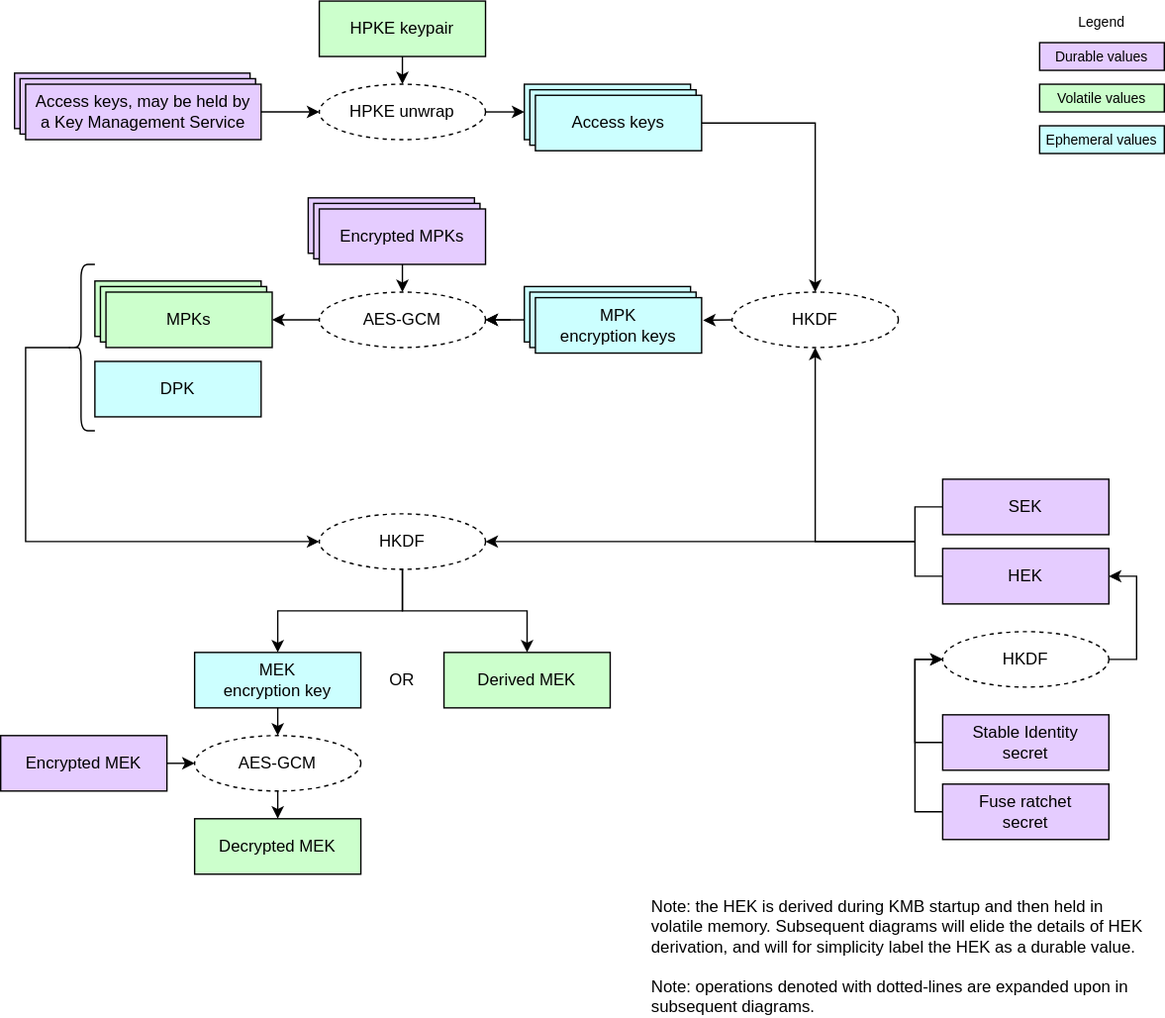
This is doc/ocp_lock/diagrams/key_hierarchy.drawio.svg from chipsalliance/Caliptra, a draw.io export, as it was before one commit. Source tidied: cells renumbered, new cells last; positions are measured from the earlier drawing's top-left corner, leaving out a move shared by most shapes.
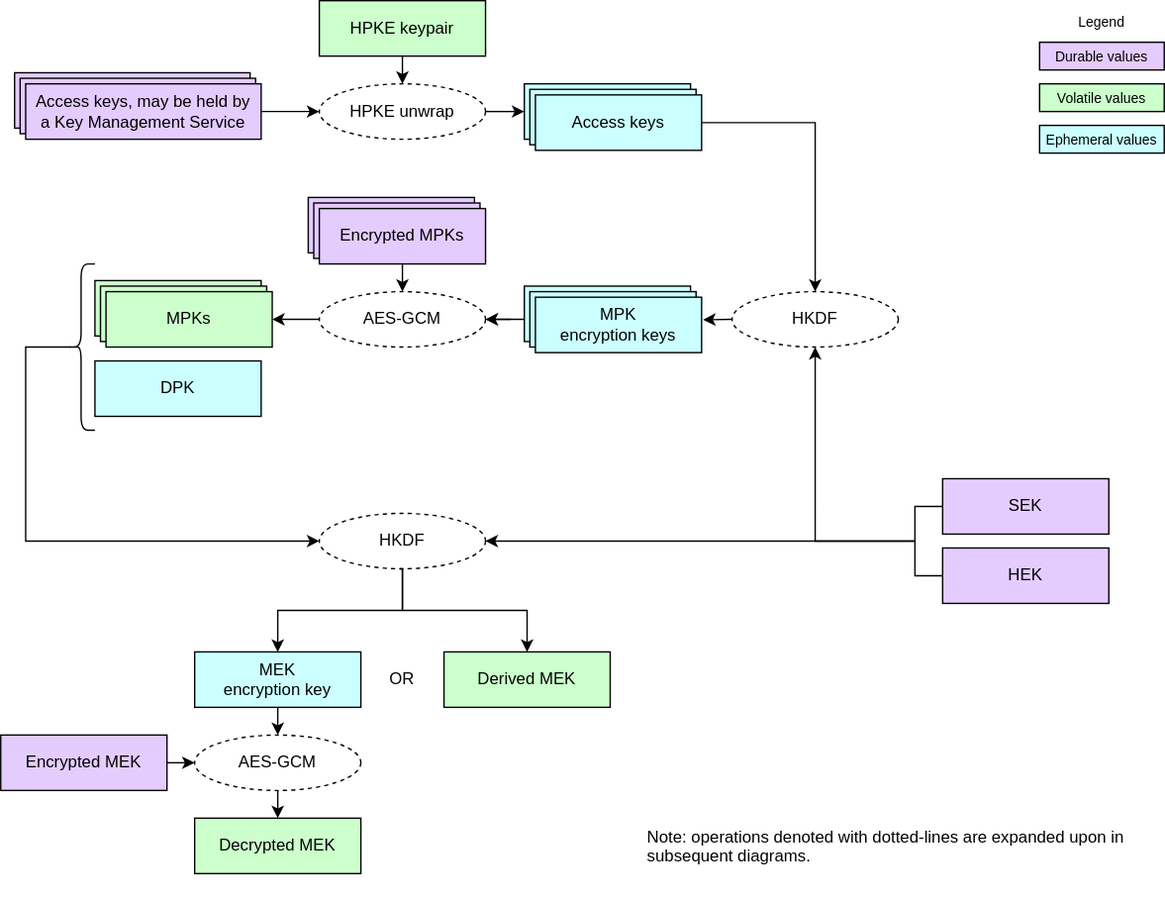
Above is the later version.

Commit message:
Simplify HEK derivation. (#409)

Diff of the diagram source:
```diff
@@ -122,41 +122,8 @@
         </Array>
       </mxGeometry>
     </mxCell>
-    <mxCell id="38" value="&lt;div&gt;&lt;font color=&quot;#000000&quot;&gt;Stable Identity&lt;/font&gt;&lt;/div&gt;&lt;div&gt;&lt;font color=&quot;#000000&quot;&gt;secret&lt;/font&gt;&lt;/div&gt;" style="rounded=0;whiteSpace=wrap;html=1;align=center;verticalAlign=middle;shadow=0;glass=0;spacingLeft=0;spacingBottom=0;spacingTop=0;fillColor=#E5CCFF;" parent="1" vertex="1">
-      <mxGeometry x="680" y="515" width="120" height="40" as="geometry" />
-    </mxCell>
-    <mxCell id="39" value="&lt;div&gt;&lt;font color=&quot;#000000&quot;&gt;Fuse ratchet&lt;/font&gt;&lt;/div&gt;&lt;div&gt;&lt;font color=&quot;#000000&quot;&gt;secret&lt;/font&gt;&lt;/div&gt;" style="rounded=0;whiteSpace=wrap;html=1;align=center;verticalAlign=middle;shadow=0;glass=0;spacingLeft=0;spacingBottom=0;spacingTop=0;fillColor=#E5CCFF;" parent="1" vertex="1">
-      <mxGeometry x="680" y="565" width="120" height="40" as="geometry" />
-    </mxCell>
-    <mxCell id="40" value="HKDF" style="ellipse;whiteSpace=wrap;html=1;fillColor=#FFFFFF;dashed=1;" parent="1" vertex="1">
-      <mxGeometry x="680" y="455" width="120" height="40" as="geometry" />
-    </mxCell>
-    <mxCell id="41" style="edgeStyle=orthogonalEdgeStyle;endArrow=classic;html=1;rounded=0;endSize=6;startSize=6;entryX=0;entryY=0.5;entryDx=0;entryDy=0;exitX=0;exitY=0.5;exitDx=0;exitDy=0;" parent="1" edge="1" source="38" target="40">
-      <mxGeometry relative="1" as="geometry">
-        <Array as="points">
-          <mxPoint x="660" y="535" />
-          <mxPoint x="660" y="475" />
-        </Array>
-      </mxGeometry>
-    </mxCell>
-    <mxCell id="42" style="endArrow=classic;html=1;endSize=6;startSize=6;entryX=1;entryY=0.5;entryDx=0;entryDy=0;exitX=1;exitY=0.5;exitDx=0;exitDy=0;edgeStyle=orthogonalEdgeStyle;rounded=0;" parent="1" edge="1" source="40" target="52">
-      <mxGeometry relative="1" as="geometry">
-        <Array as="points">
-          <mxPoint x="820" y="475" />
-          <mxPoint x="820" y="415" />
-        </Array>
-      </mxGeometry>
-    </mxCell>
-    <mxCell id="43" style="edgeStyle=orthogonalEdgeStyle;endArrow=classic;html=1;rounded=0;endSize=6;startSize=6;exitX=0;exitY=0.5;exitDx=0;exitDy=0;entryX=0;entryY=0.5;entryDx=0;entryDy=0;" parent="1" edge="1" source="39" target="40">
-      <mxGeometry relative="1" as="geometry">
-        <Array as="points">
-          <mxPoint x="660" y="585" />
-          <mxPoint x="660" y="475" />
-        </Array>
-      </mxGeometry>
-    </mxCell>
-    <mxCell id="44" value="Note: the HEK is derived during KMB startup and then held in volatile memory.&amp;nbsp;&lt;span style=&quot;background-color: transparent;&quot;&gt;Subsequent diagrams will elide the details of HEK derivation, and will for simplicity label the HEK as a durable value.&lt;/span&gt;&lt;div&gt;&lt;span style=&quot;background-color: transparent;&quot;&gt;&lt;br&gt;&lt;/span&gt;&lt;/div&gt;&lt;div&gt;&lt;span style=&quot;color: rgb(0, 0, 0);&quot;&gt;Note: operations denoted with dotted-lines are expanded upon in subsequent diagrams.&lt;/span&gt;&lt;span style=&quot;background-color: transparent;&quot;&gt;&lt;/span&gt;&lt;/div&gt;" style="text;strokeColor=none;align=left;fillColor=none;html=1;verticalAlign=top;whiteSpace=wrap;rounded=0;" parent="1" vertex="1">
-      <mxGeometry x="468" y="640" width="360" height="60" as="geometry" />
+    <mxCell id="44" value="&lt;div&gt;&lt;span style=&quot;color: rgb(0, 0, 0);&quot;&gt;Note: operations denoted with dotted-lines are expanded upon in subsequent diagrams.&lt;/span&gt;&lt;span style=&quot;background-color: transparent;&quot;&gt;&lt;/span&gt;&lt;/div&gt;" style="text;strokeColor=none;align=left;fillColor=none;html=1;verticalAlign=top;whiteSpace=wrap;rounded=0;" parent="1" vertex="1">
+      <mxGeometry x="465" y="590" width="360" height="60" as="geometry" />
     </mxCell>
     <mxCell id="45" value="&lt;div&gt;&lt;font color=&quot;#000000&quot;&gt;Derived MEK&lt;/font&gt;&lt;/div&gt;" style="rounded=0;whiteSpace=wrap;html=1;align=center;verticalAlign=middle;shadow=0;glass=0;spacingLeft=0;spacingBottom=0;spacingTop=0;fillColor=#CCFFCC;" parent="1" vertex="1">
       <mxGeometry x="320" y="470" width="120" height="40" as="geometry" />
```
